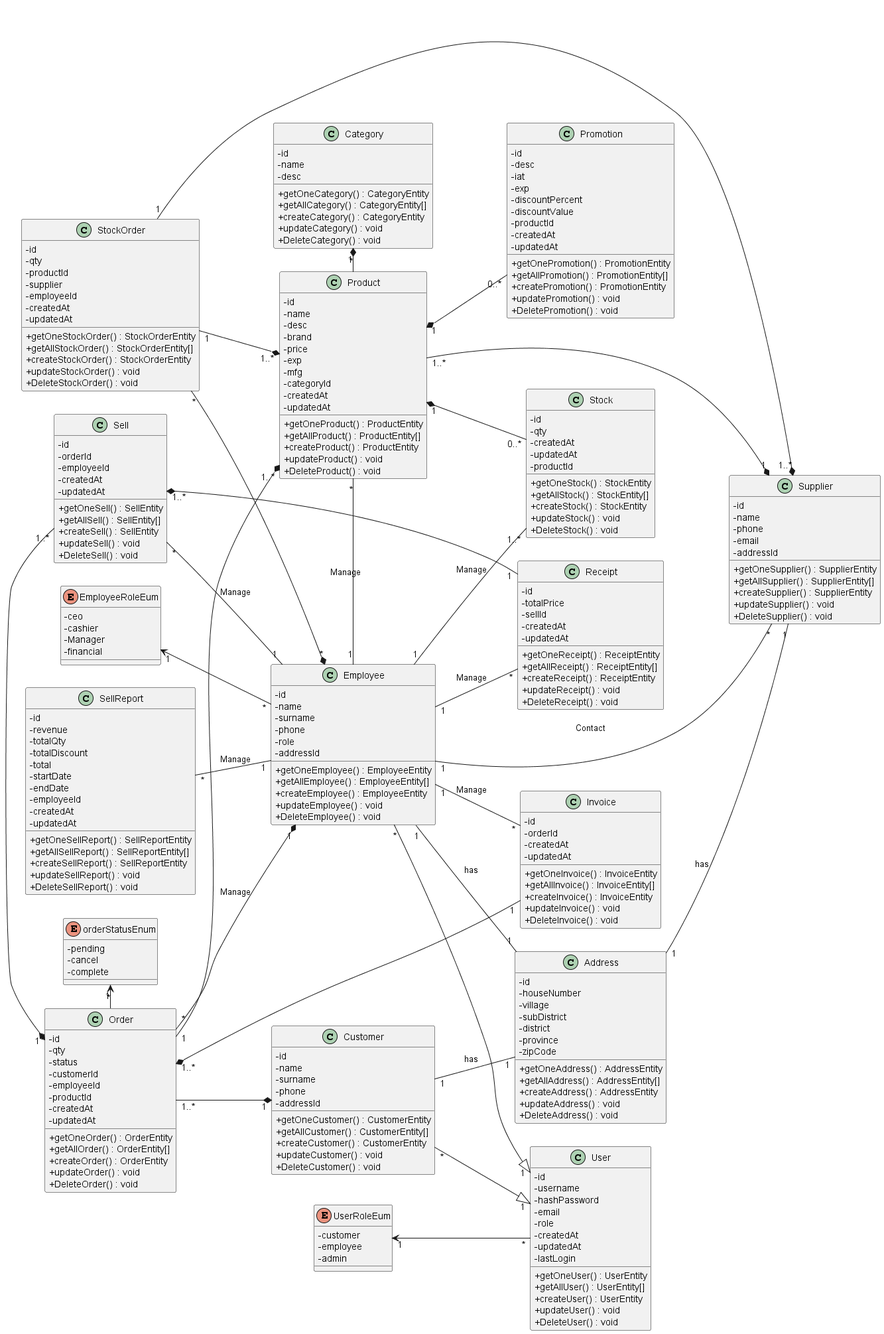
This is out/system-analysis/class-diagram/class-diagram.png from billowdev/inventory-system-plantuml-sequelize-seeder-example, a PlantUML export, as it was before one commit.
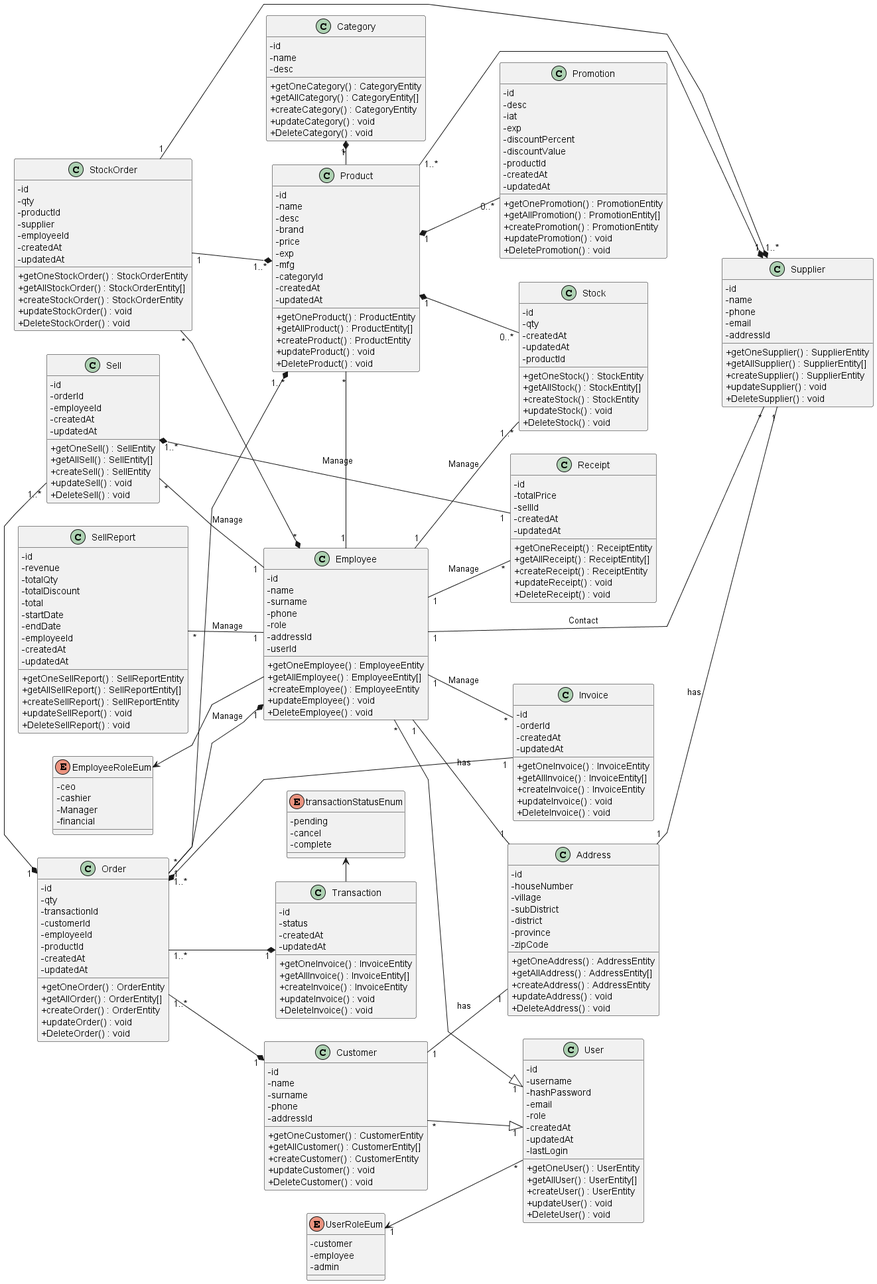
After the commit.

What changed in the source:
```diff
@@ -1,4 +1,5 @@
 @startuml
+skinparam linetype polyline
 left to right direction
 skinparam classAttributeIconSize 0
 
@@ -31,6 +32,7 @@
     - phone
     - role
     - addressId
+    - userId
 
     + getOneEmployee() : EmployeeEntity
     + getAllEmployee() : EmployeeEntity[]
@@ -171,7 +173,7 @@
 class Order {
     - id
     - qty
-    - status
+    - transactionId
     - customerId
     - employeeId
     - productId
@@ -215,7 +217,20 @@
 
 }
 
-enum orderStatusEnum {
+
+class Transaction {
+    - id
+    - status
+    - createdAt
+    - updatedAt
+
+    + getOneInvoice() : InvoiceEntity
+    + getAllInvoice() : InvoiceEntity[]
+    + createInvoice() : InvoiceEntity
+    + updateInvoice() : void
+    + DeleteInvoice() : void
+}
+enum transactionStatusEnum {
     - pending
     - cancel
     - complete
@@ -270,6 +285,7 @@
 Product "1..*" --* "1" Supplier
 
 Order "1..*" *-- "1" Invoice
+
 Sell "1..*" *-- "1" Receipt
 Sell "1..*" -right-* "1" Order
 Sell "*" -- "1" Employee : "Manage"
@@ -278,7 +294,7 @@
 Order "1..*" --* "1" Customer
 Order "1" --* "1..*" Product
 
-Employee "*" -up-> "1" EmployeeRoleEum
+Employee  -up->  EmployeeRoleEum
 
 Employee "1" -- "*" Invoice : "Manage"
 Employee "1" -- "*" Receipt : "Manage"
@@ -286,7 +302,9 @@
 Employee "1" -- "*" Supplier : "Contact"
 Order "*" --* "1" Employee : "Manage"
 
-Order "*" -left-> "1" orderStatusEnum
+Order "1..*" --*  "1" Transaction
+
+Transaction  -left->  transactionStatusEnum
 
 Promotion "0..*" -up-* "1" Product
 
```
